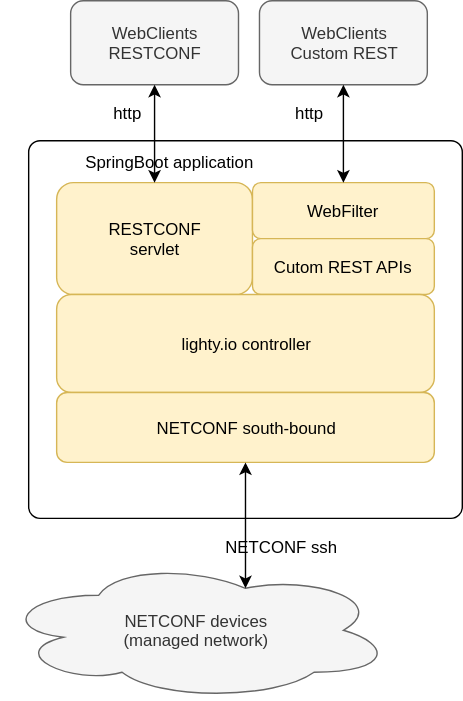
PANTHEONtech/lighty keeps this draw.io diagram as lighty-examples/lighty-controller-springboot-netconf/docs/lighty.io-springboot-architecture.svg. Above is the earlier version. Source tidied: cells renumbered, new cells last; positions are measured from the earlier drawing's top-left corner, leaving out a move shared by most shapes.
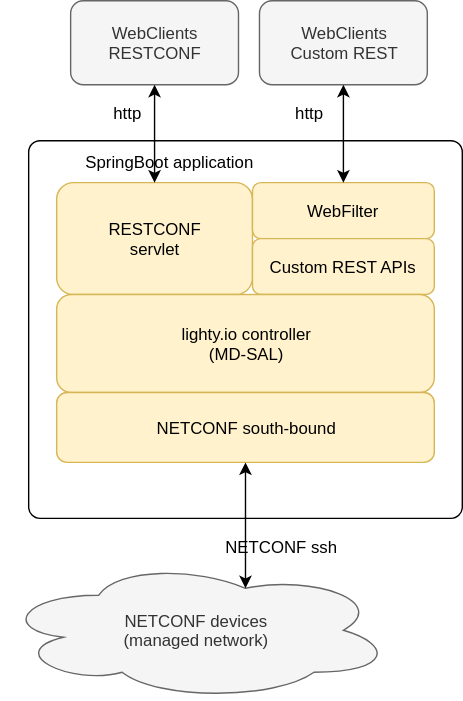
After the commit.

Commit message:
fixed typos in architecture diagram

Change to the diagram source:
```diff
@@ -17,10 +17,10 @@
     <mxCell id="6" value="WebFilter" style="rounded=1;whiteSpace=wrap;html=1;fillColor=#fff2cc;strokeColor=#d6b656;" parent="1" vertex="1">
       <mxGeometry x="180" y="130" width="130" height="40" as="geometry" />
     </mxCell>
-    <mxCell id="7" value="Cutom REST APIs" style="rounded=1;whiteSpace=wrap;html=1;fillColor=#fff2cc;strokeColor=#d6b656;" parent="1" vertex="1">
+    <mxCell id="7" value="Custom REST APIs" style="rounded=1;whiteSpace=wrap;html=1;fillColor=#fff2cc;strokeColor=#d6b656;" parent="1" vertex="1">
       <mxGeometry x="180" y="170" width="130" height="40" as="geometry" />
     </mxCell>
-    <mxCell id="8" value="lighty.io controller" style="rounded=1;whiteSpace=wrap;html=1;fillColor=#fff2cc;strokeColor=#d6b656;" parent="1" vertex="1">
+    <mxCell id="8" value="lighty.io controller&lt;br&gt;(MD-SAL)" style="rounded=1;whiteSpace=wrap;html=1;fillColor=#fff2cc;strokeColor=#d6b656;" parent="1" vertex="1">
       <mxGeometry x="40" y="210" width="270" height="70" as="geometry" />
     </mxCell>
     <mxCell id="9" value="NETCONF south-bound" style="rounded=1;whiteSpace=wrap;html=1;fillColor=#fff2cc;strokeColor=#d6b656;" parent="1" vertex="1">
```
